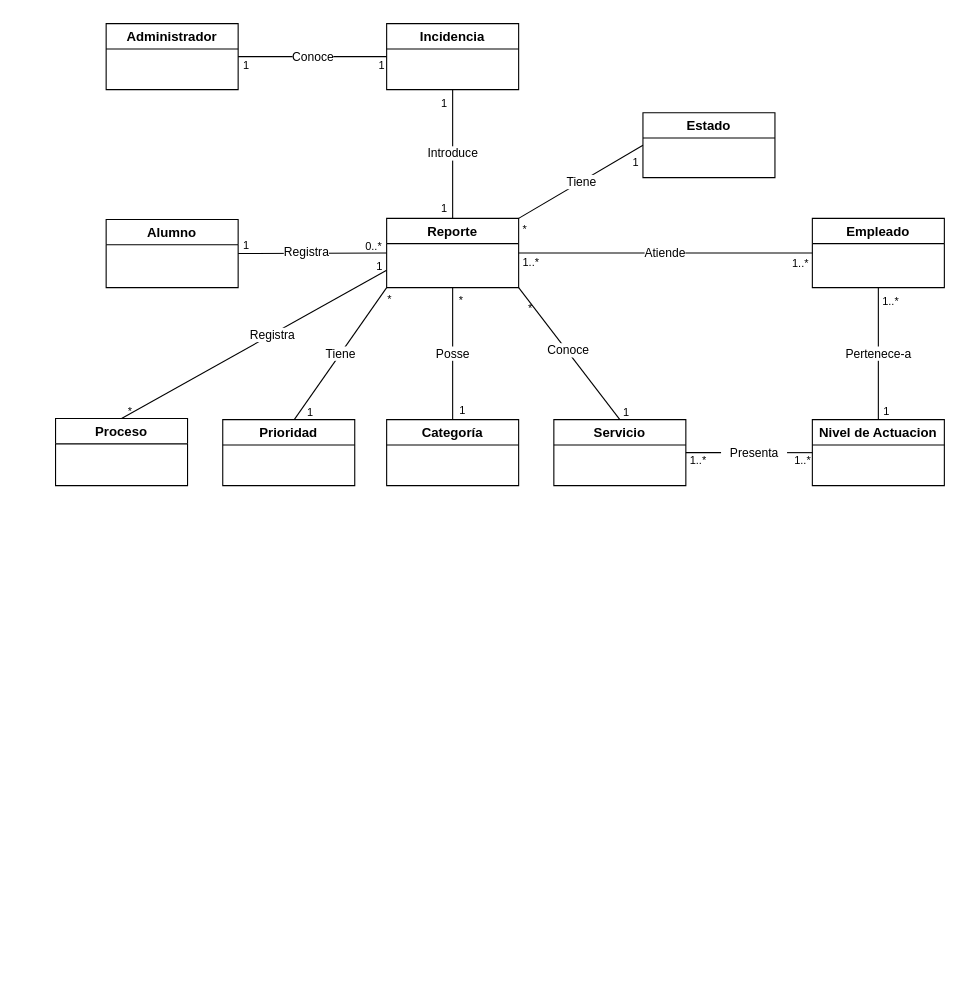
This is page "MD-01" (1 of 2) of documentation/Modelo/Análisis/Dominio/ModeloDominio.drawio from RodSebDaS/HDWeTIL, a draw.io file, before an edit. Source tidied: cells renumbered, new cells numbered last; positions are measured from the earlier drawing's top-left corner, leaving out a move shared by most shapes. Both pictures are drawn from the tidied source at 110%, with x=0, y=0 at pixel (19, 23).
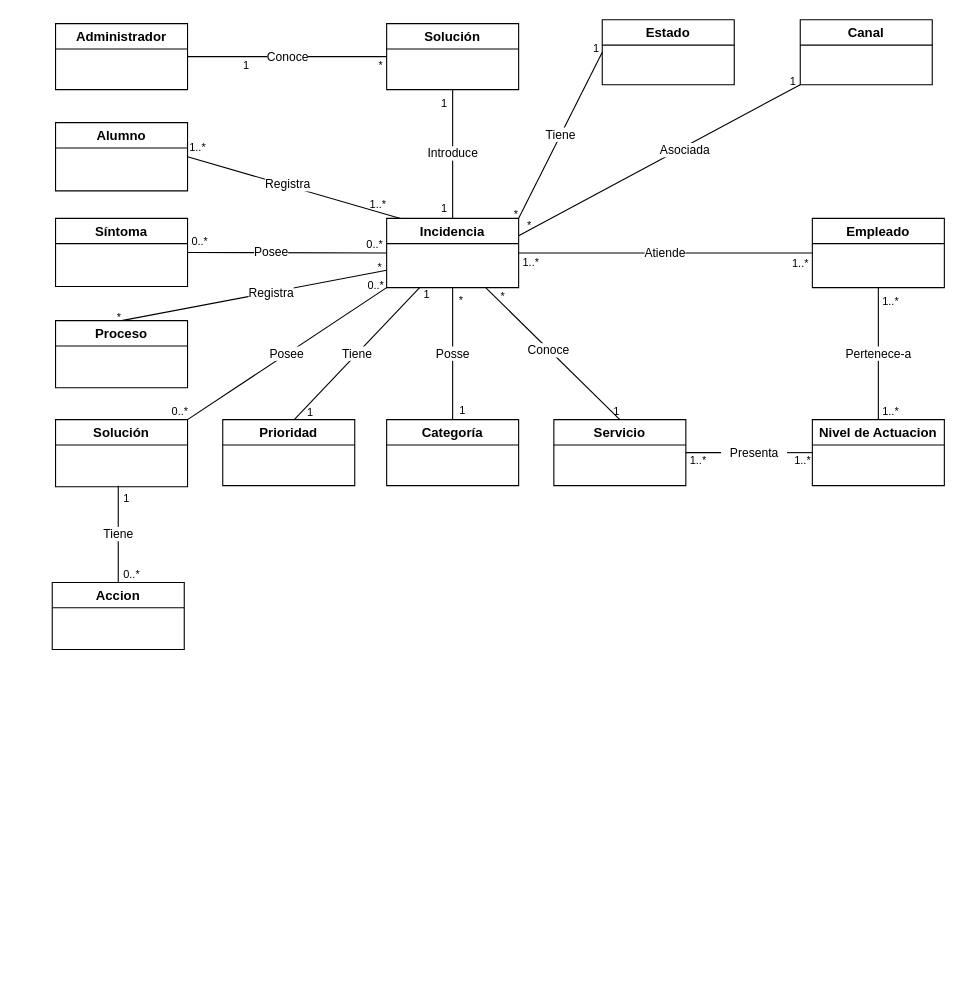
The same diagram, later.

Unchanged cells that the change refers to:
```xml
<mxCell id="11" value="Servicio" style="swimlane;startSize=23;rounded=0;" parent="1" vertex="1">
  <mxGeometry x="486" y="360" width="120" height="60" as="geometry" />
</mxCell>
```

What changed in the source:
```diff
@@
     <mxCell id="3" value="Administrador" style="swimlane;rounded=0;" parent="1" vertex="1">
-      <mxGeometry x="79" width="120" height="60" as="geometry" />
+      <mxGeometry x="33" width="120" height="60" as="geometry" />
     </mxCell>
-    <mxCell id="4" value="Registra" style="edgeStyle=none;html=1;startArrow=none;startFill=0;endArrow=none;endFill=0;elbow=vertical;rounded=0;exitX=1;exitY=0.5;exitDx=0;exitDy=0;entryX=0;entryY=0.5;entryDx=0;entryDy=0;" parent="1" edge="1" source="5" target="21">
+    <mxCell id="4" value="Registra" style="edgeStyle=none;html=1;startArrow=none;startFill=0;endArrow=none;endFill=0;elbow=vertical;rounded=0;exitX=1;exitY=0.5;exitDx=0;exitDy=0;entryX=0.131;entryY=0.018;entryDx=0;entryDy=0;entryPerimeter=0;" parent="1" edge="1" source="5" target="21">
       <mxGeometry x="-0.08" y="1" relative="1" as="geometry" />
     </mxCell>
     <mxCell id="5" value="Alumno" style="swimlane;rounded=0;" parent="1" vertex="1">
-      <mxGeometry x="79" y="178" width="120" height="62" as="geometry" />
+      <mxGeometry x="33" y="90" width="120" height="62" as="geometry" />
     </mxCell>
-    <mxCell id="6" value="Incidencia" style="swimlane;startSize=23;rounded=0;" parent="1" vertex="1">
+    <mxCell id="6" value="Solución" style="swimlane;startSize=23;rounded=0;" parent="1" vertex="1">
       <mxGeometry x="334" width="120" height="60" as="geometry" />
     </mxCell>
@@
-    <mxCell id="15" value="Tiene" style="edgeStyle=none;html=1;exitX=0;exitY=1;exitDx=0;exitDy=0;entryX=0.5;entryY=0;entryDx=0;entryDy=0;endArrow=none;endFill=0;startArrow=none;startFill=0;rounded=0;" parent="1" edge="1" source="21">
+    <mxCell id="15" value="Tiene" style="edgeStyle=none;html=1;exitX=0.25;exitY=1;exitDx=0;exitDy=0;entryX=0.5;entryY=0;entryDx=0;entryDy=0;endArrow=none;endFill=0;startArrow=none;startFill=0;rounded=0;" parent="1" edge="1" source="21">
       <mxGeometry relative="1" as="geometry">
         <mxPoint x="250" y="360" as="targetPoint" />
       </mxGeometry>
     </mxCell>
-    <mxCell id="16" style="edgeStyle=none;html=1;exitX=1;exitY=1;exitDx=0;exitDy=0;entryX=0.5;entryY=0;entryDx=0;entryDy=0;endArrow=none;endFill=0;startArrow=none;startFill=0;rounded=0;" parent="1" edge="1" source="21" target="11">
+    <mxCell id="16" style="edgeStyle=none;html=1;exitX=0.75;exitY=1;exitDx=0;exitDy=0;entryX=0.5;entryY=0;entryDx=0;entryDy=0;endArrow=none;endFill=0;startArrow=none;startFill=0;rounded=0;" parent="1" edge="1" source="21" target="11">
       <mxGeometry relative="1" as="geometry" />
     </mxCell>
@@
+    <mxCell id="52" style="edgeStyle=none;html=1;exitX=1;exitY=0.25;exitDx=0;exitDy=0;entryX=0;entryY=1;entryDx=0;entryDy=0;endArrow=none;endFill=0;" parent="1" edge="1" source="21" target="58">
+      <mxGeometry relative="1" as="geometry" />
+    </mxCell>
+    <mxCell id="53" value="Asociada" style="edgeLabel;html=1;align=center;verticalAlign=middle;" parent="52" vertex="1">
+      <mxGeometry x="0.44" y="1" relative="1" as="geometry">
+        <mxPoint x="-33" y="21" as="offset" />
+      </mxGeometry>
+    </mxCell>
+    <mxCell id="54" value="Posee" style="edgeStyle=none;html=1;exitX=0;exitY=0.5;exitDx=0;exitDy=0;entryX=1;entryY=0.5;entryDx=0;entryDy=0;endArrow=none;endFill=0;" parent="1" edge="1" source="21" target="59">
+      <mxGeometry x="0.15" relative="1" as="geometry">
+        <mxPoint x="-1" as="offset" />
+      </mxGeometry>
+    </mxCell>
+    <mxCell id="55" value="Posee" style="edgeStyle=none;html=1;exitX=0;exitY=1;exitDx=0;exitDy=0;entryX=1;entryY=0;entryDx=0;entryDy=0;endArrow=none;endFill=0;" parent="1" edge="1" source="21" target="66">
+      <mxGeometry relative="1" as="geometry" />
+    </mxCell>
-    <mxCell id="21" value="Reporte" style="swimlane;startSize=23;rounded=0;" parent="1" vertex="1">
+    <mxCell id="21" value="Incidencia" style="swimlane;startSize=23;rounded=0;" parent="1" vertex="1">
       <mxGeometry x="334" y="177" width="120" height="63" as="geometry" />
     </mxCell>
@@
-    <mxCell id="26" value="1" style="html=1;align=left;verticalAlign=top;labelBackgroundColor=none;fontSize=10;" parent="1" vertex="1">
-      <mxGeometry x="202" y="189" as="geometry" />
-    </mxCell>
-    <mxCell id="27" value="0..*" style="html=1;align=right;verticalAlign=top;labelBackgroundColor=none;fontSize=10;" parent="1" vertex="1">
-      <mxGeometry x="330" y="190" as="geometry" />
+    <mxCell id="27" value="1..*" style="html=1;align=right;verticalAlign=top;labelBackgroundColor=none;fontSize=10;" parent="1" vertex="1">
+      <mxGeometry x="334" y="152" as="geometry" />
     </mxCell>
@@
     <mxCell id="29" value="*" style="html=1;align=right;verticalAlign=top;labelBackgroundColor=none;fontSize=10;" parent="1" vertex="1">
-      <mxGeometry x="467" y="247" as="geometry" />
+      <mxGeometry x="442" y="236" as="geometry" />
     </mxCell>
     <mxCell id="30" value="1" style="html=1;align=right;verticalAlign=top;labelBackgroundColor=none;fontSize=10;direction=south;" parent="1" vertex="1">
-      <mxGeometry x="555" y="341" as="geometry" />
+      <mxGeometry x="546" y="340" as="geometry" />
     </mxCell>
@@
     <mxCell id="33" value="*" style="html=1;align=right;verticalAlign=top;labelBackgroundColor=none;fontSize=10;" parent="1" vertex="1">
-      <mxGeometry x="339" y="238" as="geometry" />
+      <mxGeometry x="330" y="209" as="geometry" />
     </mxCell>
@@
-    <mxCell id="38" value="1" style="html=1;align=left;verticalAlign=top;labelBackgroundColor=none;fontSize=10;" parent="1" vertex="1">
-      <mxGeometry x="784" y="340" as="geometry" />
-    </mxCell>
@@
-    <mxCell id="42" value="1" style="html=1;align=left;verticalAlign=top;labelBackgroundColor=none;fontSize=10;" parent="1" vertex="1">
+    <mxCell id="42" value="*" style="html=1;align=left;verticalAlign=top;labelBackgroundColor=none;fontSize=10;" parent="1" vertex="1">
       <mxGeometry x="325" y="26" as="geometry" />
     </mxCell>
@@
     <mxCell id="44" value="Estado" style="swimlane;startSize=23;rounded=0;" parent="1" vertex="1">
-      <mxGeometry x="567" y="81" width="120" height="59" as="geometry" />
+      <mxGeometry x="530" y="-3.5" width="120" height="59" as="geometry" />
     </mxCell>
     <mxCell id="45" value="*" style="html=1;align=right;verticalAlign=top;labelBackgroundColor=none;fontSize=10;" parent="1" vertex="1">
-      <mxGeometry x="356" y="274" as="geometry">
+      <mxGeometry x="348" y="260" as="geometry">
         <mxPoint x="106" y="-99" as="offset" />
       </mxGeometry>
     </mxCell>
@@
     <mxCell id="48" value="1" style="html=1;align=left;verticalAlign=top;labelBackgroundColor=none;fontSize=10;" parent="1" vertex="1">
-      <mxGeometry x="556" y="114" as="geometry" />
+      <mxGeometry x="520" y="10" as="geometry" />
     </mxCell>
     <mxCell id="49" value="Proceso" style="swimlane;startSize=23;rounded=0;" parent="1" vertex="1">
-      <mxGeometry x="33" y="359" width="120" height="61" as="geometry" />
+      <mxGeometry x="33" y="270" width="120" height="61" as="geometry" />
     </mxCell>
     <mxCell id="50" value="1" style="html=1;align=left;verticalAlign=top;labelBackgroundColor=none;fontSize=10;" parent="1" vertex="1">
-      <mxGeometry x="467" y="224" as="geometry">
+      <mxGeometry x="510" y="250" as="geometry">
         <mxPoint x="-144" y="-16" as="offset" />
       </mxGeometry>
     </mxCell>
     <mxCell id="51" value="*" style="html=1;align=right;verticalAlign=top;labelBackgroundColor=none;fontSize=10;" parent="1" vertex="1">
-      <mxGeometry x="103" y="340" as="geometry" />
+      <mxGeometry x="120" y="343" as="geometry">
+        <mxPoint x="-27" y="-88" as="offset" />
+      </mxGeometry>
     </mxCell>
+    <mxCell id="56" value="1..*" style="html=1;align=right;verticalAlign=top;labelBackgroundColor=none;fontSize=10;" parent="1" vertex="1">
+      <mxGeometry x="800" y="340" as="geometry" />
+    </mxCell>
+    <mxCell id="57" value="1..*" style="html=1;align=right;verticalAlign=top;labelBackgroundColor=none;fontSize=10;" parent="1" vertex="1">
+      <mxGeometry x="170" y="100" as="geometry" />
+    </mxCell>
+    <mxCell id="58" value="Canal" style="swimlane;startSize=23;rounded=0;" parent="1" vertex="1">
+      <mxGeometry x="710" y="-3.5" width="120" height="59" as="geometry" />
+    </mxCell>
+    <mxCell id="59" value="Síntoma" style="swimlane;rounded=0;startSize=23;" parent="1" vertex="1">
+      <mxGeometry x="33" y="177" width="120" height="62" as="geometry" />
+    </mxCell>
+    <mxCell id="60" value="1" style="html=1;align=left;verticalAlign=top;labelBackgroundColor=none;fontSize=10;" parent="1" vertex="1">
+      <mxGeometry x="530" y="17" as="geometry">
+        <mxPoint x="169" y="23" as="offset" />
+      </mxGeometry>
+    </mxCell>
+    <mxCell id="61" value="*" style="html=1;align=right;verticalAlign=top;labelBackgroundColor=none;fontSize=10;" parent="1" vertex="1">
+      <mxGeometry x="360" y="270" as="geometry">
+        <mxPoint x="106" y="-99" as="offset" />
+      </mxGeometry>
+    </mxCell>
+    <mxCell id="62" value="0..*" style="html=1;align=right;verticalAlign=top;labelBackgroundColor=none;fontSize=10;" parent="1" vertex="1">
+      <mxGeometry x="172" y="185.5" as="geometry" />
+    </mxCell>
+    <mxCell id="63" value="0..*" style="html=1;align=right;verticalAlign=top;labelBackgroundColor=none;fontSize=10;" parent="1" vertex="1">
+      <mxGeometry x="331" y="188" as="geometry" />
+    </mxCell>
+    <mxCell id="64" value="Accion" style="swimlane;startSize=23;rounded=0;" parent="1" vertex="1">
+      <mxGeometry x="30" y="508" width="120" height="61" as="geometry" />
+    </mxCell>
+    <mxCell id="65" value="Tiene" style="edgeStyle=none;html=1;entryX=0.5;entryY=0;entryDx=0;entryDy=0;endArrow=none;endFill=0;" parent="1" edge="1" target="64">
+      <mxGeometry relative="1" as="geometry">
+        <mxPoint x="90" y="420" as="sourcePoint" />
+      </mxGeometry>
+    </mxCell>
+    <mxCell id="66" value="Solución" style="swimlane;startSize=23;rounded=0;" parent="1" vertex="1">
+      <mxGeometry x="33" y="360" width="120" height="61" as="geometry" />
+    </mxCell>
+    <mxCell id="67" value="0..*" style="html=1;align=right;verticalAlign=top;labelBackgroundColor=none;fontSize=10;" parent="1" vertex="1">
+      <mxGeometry x="182" y="193.5" as="geometry">
+        <mxPoint x="-28" y="146" as="offset" />
+      </mxGeometry>
+    </mxCell>
+    <mxCell id="68" value="0..*" style="html=1;align=right;verticalAlign=top;labelBackgroundColor=none;fontSize=10;" parent="1" vertex="1">
+      <mxGeometry x="110" y="488" as="geometry" />
+    </mxCell>
+    <mxCell id="69" value="1" style="html=1;align=left;verticalAlign=top;labelBackgroundColor=none;fontSize=10;" parent="1" vertex="1">
+      <mxGeometry x="264" y="340" as="geometry">
+        <mxPoint x="-171" y="79" as="offset" />
+      </mxGeometry>
+    </mxCell>
+    <mxCell id="70" value="0..*" style="html=1;align=right;verticalAlign=top;labelBackgroundColor=none;fontSize=10;" parent="1" vertex="1">
+      <mxGeometry x="360" y="80" as="geometry">
+        <mxPoint x="-28" y="146" as="offset" />
+      </mxGeometry>
+    </mxCell>
```
